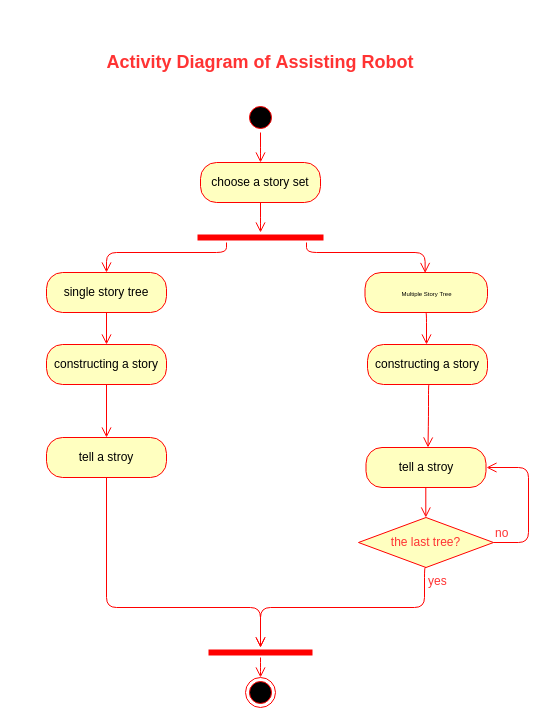
Above: page "Activity Diagram" (7 of 8) of Untitled Diagram.drawio in chewwwyong/dosomethingexcel (draw.io), before the change. Source tidied: cells renumbered, new cells numbered last; positions are measured from the earlier drawing's top-left corner, leaving out a move shared by most shapes. Both pictures are drawn from the tidied source at 100%, with x=0, y=0 at pixel (46, 22).
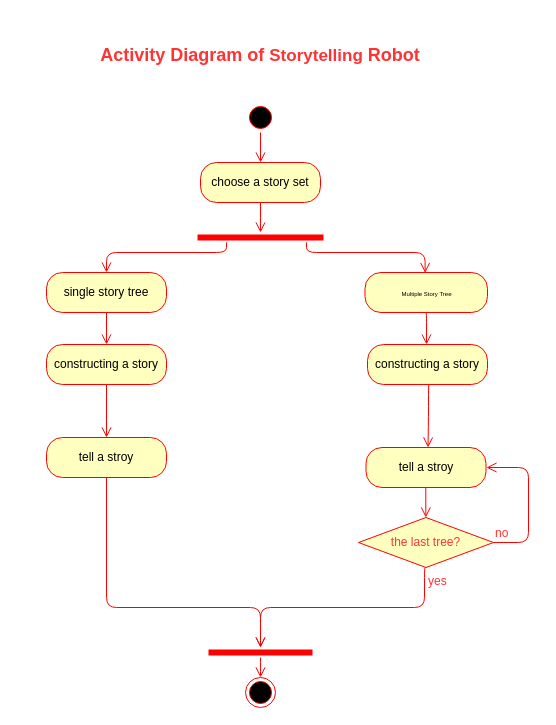
Above is the later version.

Change to the diagram source:
```diff
@@
-    <mxCell id="23" value="&lt;span style=&quot;font-size: 18px&quot;&gt;Activity Diagram&amp;nbsp;&lt;/span&gt;&lt;span style=&quot;font-size: 18px&quot;&gt;of&amp;nbsp;&lt;/span&gt;&lt;span style=&quot;font-size: 18px&quot;&gt;Assisting Robot&lt;/span&gt;" style="text;html=1;strokeColor=none;fillColor=none;align=center;verticalAlign=middle;whiteSpace=wrap;rounded=0;labelBackgroundColor=none;fontSize=12;fontColor=#FF3333;fontStyle=1;" parent="1" vertex="1">
-      <mxGeometry x="54" width="320" height="80" as="geometry" />
+    <mxCell id="23" value="&lt;span style=&quot;font-size: 18px&quot;&gt;Activity Diagram&amp;nbsp;&lt;/span&gt;&lt;span style=&quot;font-size: 18px&quot;&gt;of &lt;/span&gt;&lt;span style=&quot;font-size: 17px&quot;&gt;Storytelling&lt;/span&gt;&lt;span style=&quot;font-size: 18px&quot;&gt;&lt;font color=&quot;#000000&quot;&gt;&amp;nbsp;&lt;/font&gt;Robot&lt;/span&gt;" style="text;html=1;strokeColor=none;fillColor=none;align=center;verticalAlign=middle;whiteSpace=wrap;rounded=0;labelBackgroundColor=none;fontSize=12;fontColor=#FF3333;fontStyle=1;" parent="1" vertex="1">
+      <mxGeometry x="-29" y="-5" width="486" height="75" as="geometry" />
     </mxCell>
```
